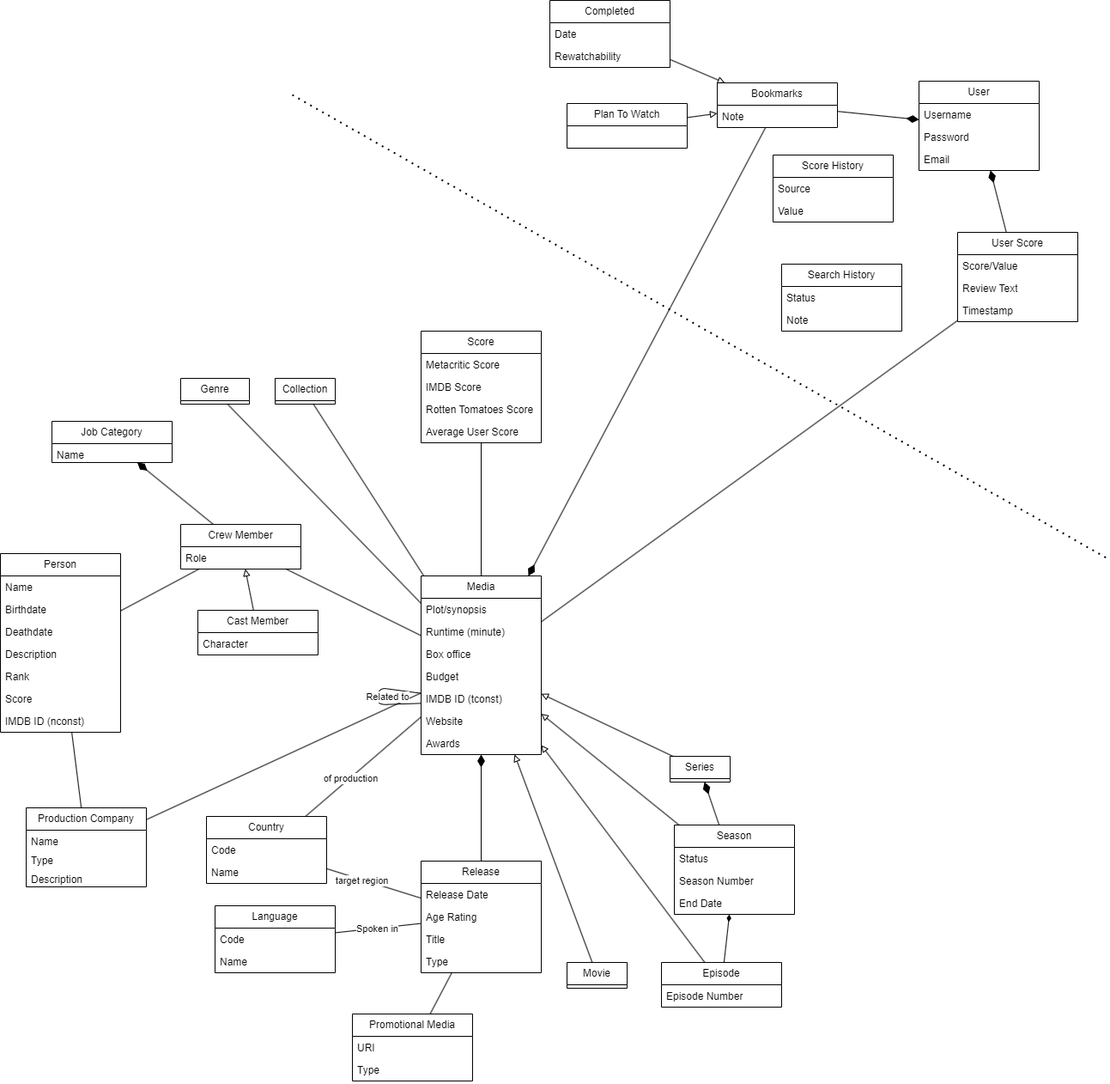
The draw.io diagram domain_model.drawio.png in RUC-MSc-CS-CIT-2024/portfolio_subproject_1, before a commit. Source tidied: cells renumbered, new cells last; positions are measured from the earlier drawing's top-left corner, leaving out a move shared by most shapes.
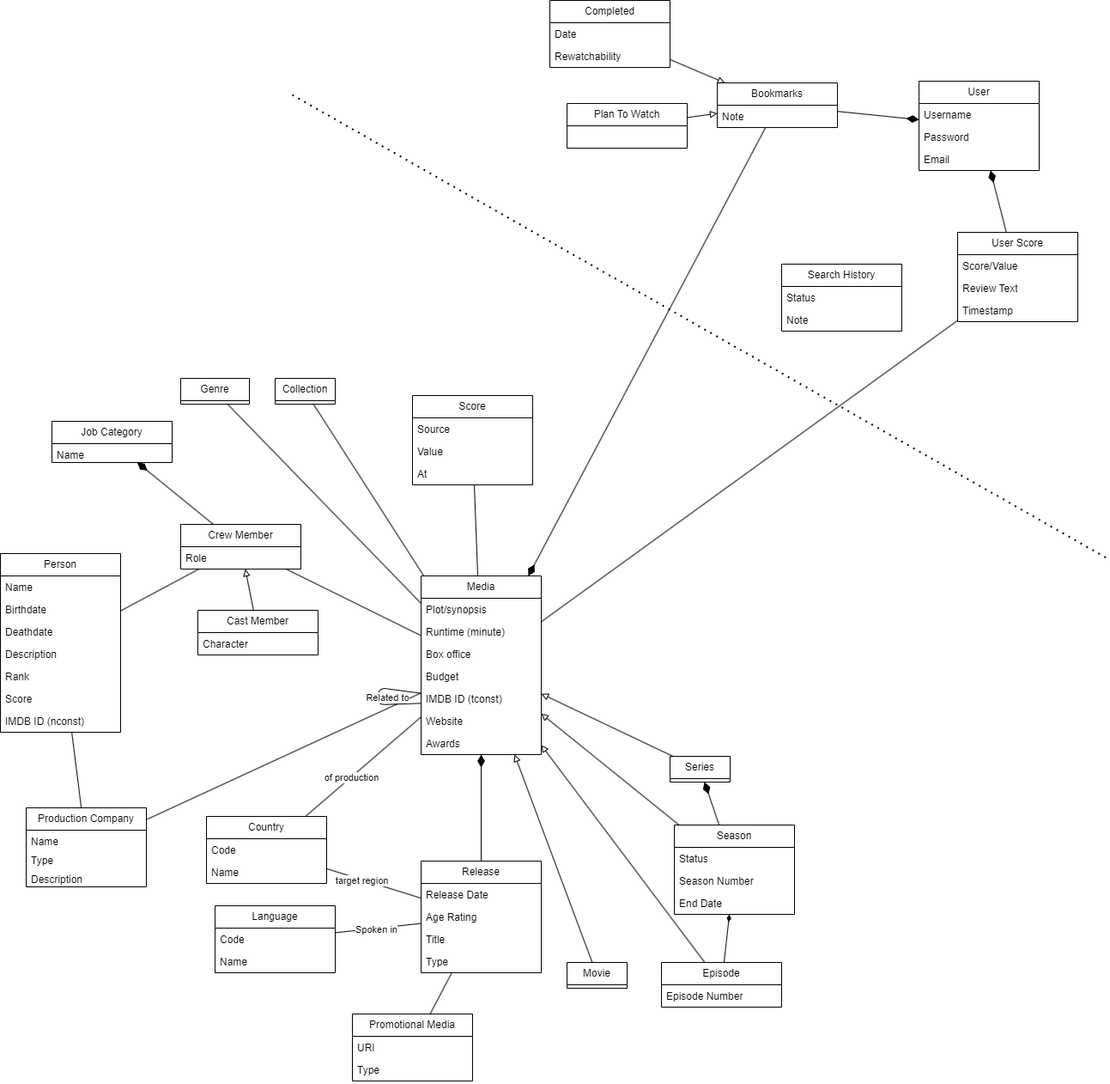
After the change.

Commit message:
fix: inheritence for media + score table

The edit, as a diff of the source:
```diff
@@ -167,20 +167,17 @@
       <mxGeometry relative="1" as="geometry" />
     </mxCell>
     <mxCell id="56" value="Score" style="swimlane;fontStyle=0;horizontal=1;startSize=26;fillColor=none;whiteSpace=wrap;html=1;" parent="1" vertex="1">
-      <mxGeometry x="490" y="385" width="140" height="130" as="geometry" />
+      <mxGeometry x="480" y="460" width="140" height="104" as="geometry" />
     </mxCell>
-    <mxCell id="57" value="Metacritic Score" style="text;strokeColor=none;fillColor=none;align=left;verticalAlign=top;spacingLeft=4;spacingRight=4;overflow=hidden;whiteSpace=wrap;html=1;" parent="56" vertex="1">
+    <mxCell id="57" value="Source" style="text;strokeColor=none;fillColor=none;align=left;verticalAlign=top;spacingLeft=4;spacingRight=4;overflow=hidden;whiteSpace=wrap;html=1;" parent="56" vertex="1">
       <mxGeometry y="26" width="140" height="26" as="geometry" />
     </mxCell>
-    <mxCell id="58" value="IMDB Score" style="text;strokeColor=none;fillColor=none;align=left;verticalAlign=top;spacingLeft=4;spacingRight=4;overflow=hidden;whiteSpace=wrap;html=1;" parent="56" vertex="1">
+    <mxCell id="58" value="Value" style="text;strokeColor=none;fillColor=none;align=left;verticalAlign=top;spacingLeft=4;spacingRight=4;overflow=hidden;whiteSpace=wrap;html=1;" parent="56" vertex="1">
       <mxGeometry y="52" width="140" height="26" as="geometry" />
     </mxCell>
-    <mxCell id="59" value="Rotten Tomatoes Score" style="text;strokeColor=none;fillColor=none;align=left;verticalAlign=top;spacingLeft=4;spacingRight=4;overflow=hidden;whiteSpace=wrap;html=1;" parent="56" vertex="1">
+    <mxCell id="59" value="At" style="text;strokeColor=none;fillColor=none;align=left;verticalAlign=top;spacingLeft=4;spacingRight=4;overflow=hidden;whiteSpace=wrap;html=1;" parent="56" vertex="1">
       <mxGeometry y="78" width="140" height="26" as="geometry" />
     </mxCell>
-    <mxCell id="60" value="Average User Score" style="text;strokeColor=none;fillColor=none;align=left;verticalAlign=top;spacingLeft=4;spacingRight=4;overflow=hidden;whiteSpace=wrap;html=1;" parent="56" vertex="1">
-      <mxGeometry y="104" width="140" height="26" as="geometry" />
-    </mxCell>
     <mxCell id="61" value="User Score" style="swimlane;fontStyle=0;horizontal=1;startSize=26;fillColor=none;whiteSpace=wrap;html=1;" parent="1" vertex="1">
       <mxGeometry x="1115" y="270" width="140" height="104" as="geometry" />
     </mxCell>
@@ -253,15 +250,6 @@
     <mxCell id="84" value="Plan To Watch" style="swimlane;fontStyle=0;horizontal=1;startSize=26;fillColor=none;whiteSpace=wrap;html=1;" parent="1" vertex="1">
       <mxGeometry x="660" y="120" width="140" height="52" as="geometry" />
     </mxCell>
-    <mxCell id="85" value="Score History" style="swimlane;fontStyle=0;horizontal=1;startSize=26;fillColor=none;whiteSpace=wrap;html=1;" parent="1" vertex="1">
-      <mxGeometry x="900" y="180" width="140" height="78" as="geometry" />
-    </mxCell>
-    <mxCell id="86" value="Source" style="text;strokeColor=none;fillColor=none;align=left;verticalAlign=top;spacingLeft=4;spacingRight=4;overflow=hidden;whiteSpace=wrap;html=1;" parent="85" vertex="1">
-      <mxGeometry y="26" width="140" height="26" as="geometry" />
-    </mxCell>
-    <mxCell id="87" value="Value" style="text;strokeColor=none;fillColor=none;align=left;verticalAlign=top;spacingLeft=4;spacingRight=4;overflow=hidden;whiteSpace=wrap;html=1;" parent="85" vertex="1">
-      <mxGeometry y="52" width="140" height="26" as="geometry" />
-    </mxCell>
     <mxCell id="88" style="endArrow=none;dashed=1;html=1;dashPattern=1 3;strokeWidth=2;rounded=0;" parent="1" edge="1">
       <mxGeometry relative="1" as="geometry">
         <mxPoint x="340" y="110" as="sourcePoint" />
```
